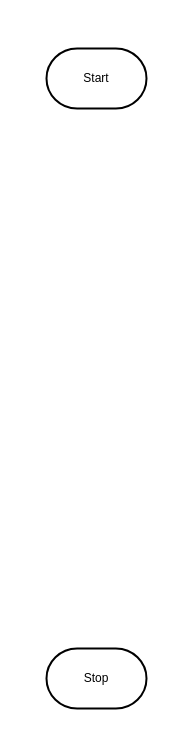
MTHS-ICS2O-2-2022/ICS2O-Final-Project-Group16 keeps this draw.io diagram as design/flowchart.drawio. Above is the earlier version. Source tidied: cells renumbered, new cells numbered last; positions are measured from the earlier drawing's top-left corner, leaving out a move shared by most shapes. Both pictures are drawn from the tidied source at 100%, with x=0, y=0 at pixel (46, 48).
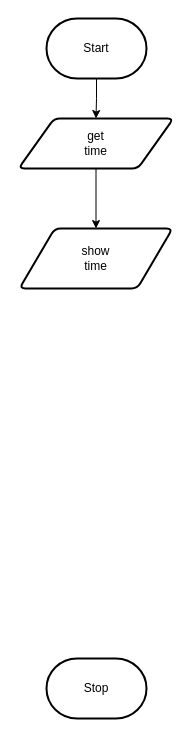
Above is the later version.

Commit message (it also covers changes not shown here):
finished storyboards and started flowchart

Change to the diagram source:
```diff
@@
 <mxGraphModel>
   <root>
     <mxCell id="0" />
     <mxCell id="1" parent="0" />
+    <mxCell id="4" style="edgeStyle=orthogonalEdgeStyle;html=1;strokeColor=none;rounded=0;" parent="1" edge="1" source="2" target="7">
+      <mxGeometry relative="1" as="geometry" />
+    </mxCell>
+    <mxCell id="5" style="edgeStyle=orthogonalEdgeStyle;shape=connector;rounded=0;html=1;entryX=0.5;entryY=0;entryDx=0;entryDy=0;labelBackgroundColor=default;strokeColor=default;fontFamily=Helvetica;fontSize=11;fontColor=default;endArrow=classic;" parent="1" edge="1" source="2" target="7">
+      <mxGeometry relative="1" as="geometry" />
+    </mxCell>
     <mxCell id="2" value="Start" style="strokeWidth=2;html=1;shape=mxgraph.flowchart.terminator;whiteSpace=wrap;" parent="1" vertex="1">
-      <mxGeometry width="100" height="60" as="geometry" />
+      <mxGeometry y="-30" width="100" height="60" as="geometry" />
     </mxCell>
     <mxCell id="3" value="Stop" style="strokeWidth=2;html=1;shape=mxgraph.flowchart.terminator;whiteSpace=wrap;" parent="1" vertex="1">
-      <mxGeometry y="600" width="100" height="60" as="geometry" />
+      <mxGeometry y="610" width="100" height="60" as="geometry" />
     </mxCell>
+    <mxCell id="6" style="edgeStyle=orthogonalEdgeStyle;html=1;entryX=0.5;entryY=0;entryDx=0;entryDy=0;rounded=0;" parent="1" edge="1" source="7" target="8">
+      <mxGeometry relative="1" as="geometry" />
+    </mxCell>
+    <mxCell id="7" value="get&lt;br&gt;time" style="shape=parallelogram;html=1;strokeWidth=2;perimeter=parallelogramPerimeter;whiteSpace=wrap;rounded=1;arcSize=12;size=0.23;" parent="1" vertex="1">
+      <mxGeometry x="-28" y="70" width="155" height="50" as="geometry" />
+    </mxCell>
+    <mxCell id="8" value="&lt;span style=&quot;font-size: 12px;&quot;&gt;show&lt;/span&gt;&lt;br style=&quot;font-size: 12px;&quot;&gt;&lt;span style=&quot;font-size: 12px;&quot;&gt;time&lt;/span&gt;" style="shape=parallelogram;html=1;strokeWidth=2;perimeter=parallelogramPerimeter;whiteSpace=wrap;rounded=1;arcSize=12;size=0.23;fontFamily=Helvetica;fontSize=11;fontColor=default;" parent="1" vertex="1">
+      <mxGeometry x="-27" y="180" width="153" height="60" as="geometry" />
+    </mxCell>
   </root>
 </mxGraphModel>
```
